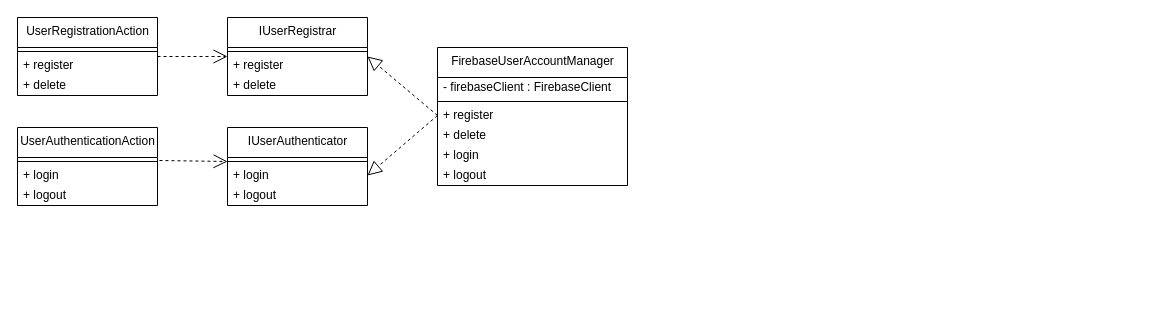
The draw.io diagram page "AuthenticationModule" (2 of 5) of ff14-sns.drawio in Mouwf/FF14SNS, before the edit. Source tidied: cells renumbered, new cells numbered last; positions are measured from the earlier drawing's top-left corner, leaving out a move shared by most shapes. Both pictures are drawn from the tidied source at 100%, with x=0, y=0 at pixel (17, 17).
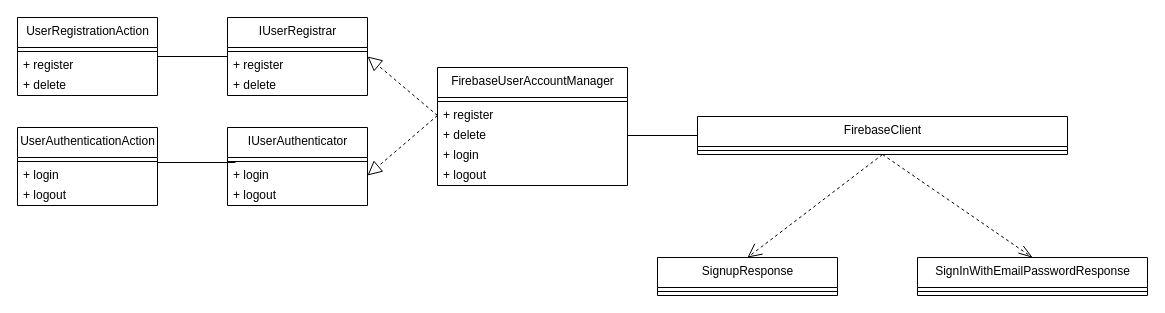
Above is the later version.

The change refers to these unchanged cells:
```xml
<mxCell id="3" style="line;strokeWidth=1;fillColor=none;align=left;verticalAlign=middle;spacingTop=-1;spacingLeft=3;spacingRight=3;labelPosition=right;points=[];portConstraint=eastwest;" parent="2" vertex="1">
  <mxGeometry y="30" width="140" height="8" as="geometry" />
</mxCell>
<mxCell id="6" value="IUserRegistrar" style="swimlane;fontStyle=0;align=center;verticalAlign=top;horizontal=1;startSize=30;html=1;" parent="1" vertex="1">
  <mxGeometry x="210" width="140" height="78" as="geometry" />
</mxCell>
<mxCell id="18" value="UserRegistrationAction" style="swimlane;fontStyle=0;align=center;verticalAlign=top;horizontal=1;startSize=30;html=1;" parent="1" vertex="1">
  <mxGeometry width="140" height="78" as="geometry" />
</mxCell>
<mxCell id="26" style="line;strokeWidth=1;fillColor=none;align=left;verticalAlign=middle;spacingTop=-1;spacingLeft=3;spacingRight=3;labelPosition=right;points=[];portConstraint=eastwest;" parent="25" vertex="1">
  <mxGeometry y="30" width="140" height="8" as="geometry" />
</mxCell>
```

Change to the diagram source:
```diff
@@
     <mxCell id="10" value="FirebaseUserAccountManager" style="swimlane;fontStyle=0;align=center;verticalAlign=top;horizontal=1;startSize=30;html=1;" parent="1" vertex="1">
-      <mxGeometry x="420" y="30" width="190" height="138" as="geometry" />
+      <mxGeometry x="420" y="50" width="190" height="118" as="geometry" />
     </mxCell>
-    <mxCell id="11" value="- firebaseClient : FirebaseClient" style="text;html=1;strokeColor=none;fillColor=none;align=left;verticalAlign=middle;spacingLeft=4;spacingRight=4;overflow=hidden;" parent="10" vertex="1">
-      <mxGeometry y="30" width="190" height="20" as="geometry" />
-    </mxCell>
     <mxCell id="12" style="line;strokeWidth=1;fillColor=none;align=left;verticalAlign=middle;spacingTop=-1;spacingLeft=3;spacingRight=3;labelPosition=right;" parent="10" vertex="1">
-      <mxGeometry y="50" width="190" height="8" as="geometry" />
+      <mxGeometry y="30" width="190" height="8" as="geometry" />
     </mxCell>
     <mxCell id="13" value="+ register" style="text;html=1;strokeColor=none;fillColor=none;align=left;verticalAlign=middle;spacingLeft=4;spacingRight=4;overflow=hidden;points=[[0,0.5],[1,0.5]];portConstraint=eastwest;" parent="10" vertex="1">
-      <mxGeometry y="58" width="190" height="20" as="geometry" />
+      <mxGeometry y="38" width="190" height="20" as="geometry" />
     </mxCell>
     <mxCell id="14" value="+ delete" style="text;html=1;strokeColor=none;fillColor=none;align=left;verticalAlign=middle;spacingLeft=4;spacingRight=4;overflow=hidden;points=[[0,0.5],[1,0.5]];portConstraint=eastwest;" parent="10" vertex="1">
-      <mxGeometry y="78" width="190" height="20" as="geometry" />
+      <mxGeometry y="58" width="190" height="20" as="geometry" />
     </mxCell>
     <mxCell id="15" value="+ login" style="text;html=1;strokeColor=none;fillColor=none;align=left;verticalAlign=middle;spacingLeft=4;spacingRight=4;overflow=hidden;" parent="10" vertex="1">
-      <mxGeometry y="98" width="190" height="20" as="geometry" />
+      <mxGeometry y="78" width="190" height="20" as="geometry" />
     </mxCell>
     <mxCell id="16" value="+ logout" style="text;html=1;strokeColor=none;fillColor=none;align=left;verticalAlign=middle;spacingLeft=4;spacingRight=4;overflow=hidden;" parent="10" vertex="1">
-      <mxGeometry y="118" width="190" height="20" as="geometry" />
+      <mxGeometry y="98" width="190" height="20" as="geometry" />
     </mxCell>
-    <mxCell id="17" style="edgeStyle=none;rounded=0;jumpSize=6;html=1;exitX=1;exitY=0.5;exitDx=0;exitDy=0;strokeWidth=1;endArrow=open;endFill=0;endSize=12;targetPerimeterSpacing=0;entryX=0;entryY=0.5;entryDx=0;entryDy=0;dashed=1;" parent="1" edge="1" source="18" target="6">
+    <mxCell id="17" style="edgeStyle=none;rounded=0;jumpSize=6;html=1;exitX=1;exitY=0.5;exitDx=0;exitDy=0;strokeWidth=1;endArrow=none;endFill=0;endSize=12;targetPerimeterSpacing=0;entryX=0;entryY=0.5;entryDx=0;entryDy=0;" parent="1" edge="1" source="18" target="6">
       <mxGeometry relative="1" as="geometry" />
     </mxCell>
@@
-    <mxCell id="24" style="edgeStyle=none;rounded=0;jumpSize=6;html=1;exitX=1.014;exitY=0.375;exitDx=0;exitDy=0;strokeWidth=1;endArrow=open;endFill=0;startSize=6;endSize=12;targetPerimeterSpacing=0;exitPerimeter=0;dashed=1;" parent="1" edge="1" source="26">
-      <mxGeometry relative="1" as="geometry">
-        <mxPoint x="210" y="144" as="targetPoint" />
-      </mxGeometry>
+    <mxCell id="24" style="edgeStyle=none;rounded=0;jumpSize=6;html=1;exitX=1;exitY=0.625;exitDx=0;exitDy=0;strokeWidth=1;endArrow=none;endFill=0;startSize=6;endSize=12;targetPerimeterSpacing=0;exitPerimeter=0;entryX=0.057;entryY=0.625;entryDx=0;entryDy=0;entryPerimeter=0;" parent="1" edge="1" source="26" target="3">
+      <mxGeometry relative="1" as="geometry" />
     </mxCell>
@@
+    <mxCell id="29" style="edgeStyle=none;html=1;exitX=0.5;exitY=1;exitDx=0;exitDy=0;entryX=0.5;entryY=0;entryDx=0;entryDy=0;endArrow=open;endFill=0;endSize=12;dashed=1;" parent="1" edge="1" source="31" target="36">
+      <mxGeometry relative="1" as="geometry" />
+    </mxCell>
+    <mxCell id="30" style="edgeStyle=none;html=1;exitX=0.5;exitY=1;exitDx=0;exitDy=0;entryX=0.5;entryY=0;entryDx=0;entryDy=0;endArrow=openThin;endFill=0;endSize=12;dashed=1;" parent="1" edge="1" source="31" target="34">
+      <mxGeometry relative="1" as="geometry" />
+    </mxCell>
+    <mxCell id="31" value="FirebaseClient" style="swimlane;fontStyle=0;align=center;verticalAlign=top;horizontal=1;startSize=30;html=1;" parent="1" vertex="1">
+      <mxGeometry x="680" y="99" width="370" height="38" as="geometry" />
+    </mxCell>
+    <mxCell id="32" style="line;strokeWidth=1;fillColor=none;align=left;verticalAlign=middle;spacingTop=-1;spacingLeft=3;spacingRight=3;labelPosition=right;" parent="31" vertex="1">
+      <mxGeometry y="30" width="370" height="8" as="geometry" />
+    </mxCell>
+    <mxCell id="33" style="edgeStyle=none;html=1;exitX=1;exitY=0.5;exitDx=0;exitDy=0;entryX=0;entryY=0.5;entryDx=0;entryDy=0;endArrow=none;endFill=0;endSize=12;" parent="1" edge="1" source="14" target="31">
+      <mxGeometry relative="1" as="geometry" />
+    </mxCell>
+    <mxCell id="34" value="&lt;span style=&quot;text-align: left;&quot;&gt;SignInWithEmailPasswordResponse&lt;/span&gt;" style="swimlane;fontStyle=0;align=center;verticalAlign=top;horizontal=1;startSize=30;html=1;" parent="1" vertex="1">
+      <mxGeometry x="900" y="240" width="230" height="38" as="geometry" />
+    </mxCell>
+    <mxCell id="35" style="line;strokeWidth=1;fillColor=none;align=left;verticalAlign=middle;spacingTop=-1;spacingLeft=3;spacingRight=3;labelPosition=right;" parent="34" vertex="1">
+      <mxGeometry y="30" width="230" height="8" as="geometry" />
+    </mxCell>
+    <mxCell id="36" value="&lt;span style=&quot;text-align: left;&quot;&gt;SignupResponse&lt;/span&gt;" style="swimlane;fontStyle=0;align=center;verticalAlign=top;horizontal=1;startSize=30;html=1;" parent="1" vertex="1">
+      <mxGeometry x="640" y="240" width="180" height="38" as="geometry" />
+    </mxCell>
+    <mxCell id="37" style="line;strokeWidth=1;fillColor=none;align=left;verticalAlign=middle;spacingTop=-1;spacingLeft=3;spacingRight=3;labelPosition=right;" parent="36" vertex="1">
+      <mxGeometry y="30" width="180" height="8" as="geometry" />
+    </mxCell>
```
